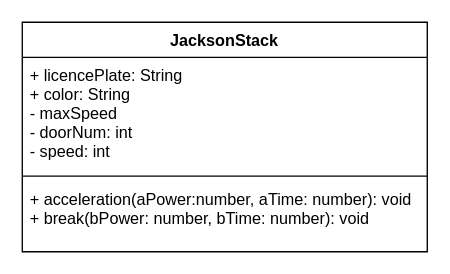
Above: Drawio/ClassDiagram.drawio in JacksonNaufal/ics4u-unit2-05-typescript (draw.io), before the change. Source tidied: cells renumbered, new cells numbered last; positions are measured from the earlier drawing's top-left corner, leaving out a move shared by most shapes. Both pictures are drawn from the tidied source at 135%, with x=0, y=0 at pixel (22, 22).
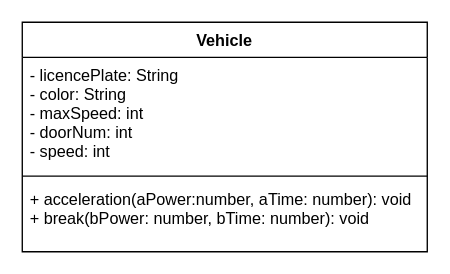
Above is the later version.

What changed in the source:
```diff
@@
 <mxGraphModel>
   <root>
     <mxCell id="0" />
     <mxCell id="1" parent="0" />
-    <mxCell id="2" value="JacksonStack" style="swimlane;fontStyle=1;align=center;verticalAlign=top;horizontal=1;startSize=26;" parent="1" vertex="1">
+    <mxCell id="2" value="Vehicle" style="swimlane;fontStyle=1;align=center;verticalAlign=top;horizontal=1;startSize=26;" parent="1" vertex="1">
       <mxGeometry width="300" height="170" as="geometry" />
     </mxCell>
-    <mxCell id="3" value="+ licencePlate: String&#10;+ color: String&#10;- maxSpeed&#10;- doorNum: int&#10;- speed: int" style="text;strokeColor=none;fillColor=none;align=left;verticalAlign=top;spacingLeft=4;spacingRight=4;overflow=hidden;" parent="2" vertex="1">
+    <mxCell id="3" value="- licencePlate: String&#10;- color: String&#10;- maxSpeed: int&#10;- doorNum: int&#10;- speed: int" style="text;strokeColor=none;fillColor=none;align=left;verticalAlign=top;spacingLeft=4;spacingRight=4;overflow=hidden;" parent="2" vertex="1">
       <mxGeometry y="26" width="300" height="84" as="geometry" />
     </mxCell>
     <mxCell id="4" style="line;strokeWidth=1;fillColor=none;align=left;verticalAlign=middle;spacingTop=-1;spacingLeft=3;spacingRight=3;labelPosition=right;" parent="2" vertex="1">
       <mxGeometry y="110" width="300" height="8" as="geometry" />
     </mxCell>
     <mxCell id="5" value="+ acceleration(aPower:number, aTime: number): void&#10;+ break(bPower: number, bTime: number): void" style="text;strokeColor=none;fillColor=none;align=left;verticalAlign=top;spacingLeft=4;spacingRight=4;overflow=hidden;" parent="2" vertex="1">
       <mxGeometry y="118" width="300" height="52" as="geometry" />
     </mxCell>
   </root>
 </mxGraphModel>
```
